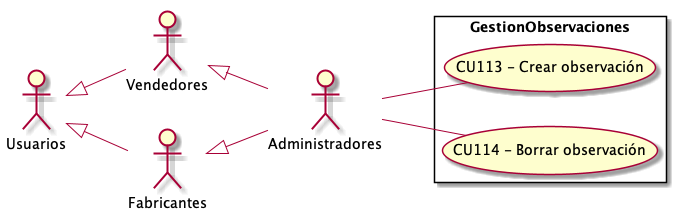
Above: Informe Final/Imagenes/ModeladoDeCasosDeUso/DiagramaDeCasosDeUso/GestionObservaciones.png in ZMGestion/DocumentacionZMGestion (PlantUML), before the change.
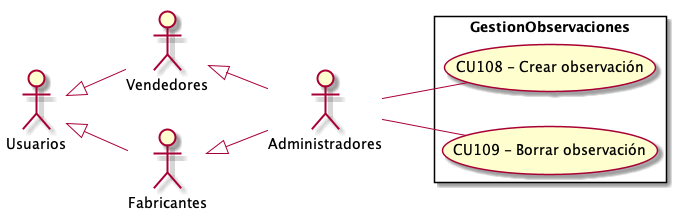
The same diagram one commit later.

The edit, as a diff of the source:
```diff
@@ -13,10 +13,9 @@
  left to right direction
 
 rectangle GestionObservaciones{
-    UseCase "CU113 - Crear observación" as C
-    UseCase "CU114 - Borrar observación" as B
+    UseCase "CU108 - Crear observación" as C
+    UseCase "CU109 - Borrar observación" as B
 }
     Administradores -- C
     Administradores -- B
-
 @enduml
```
